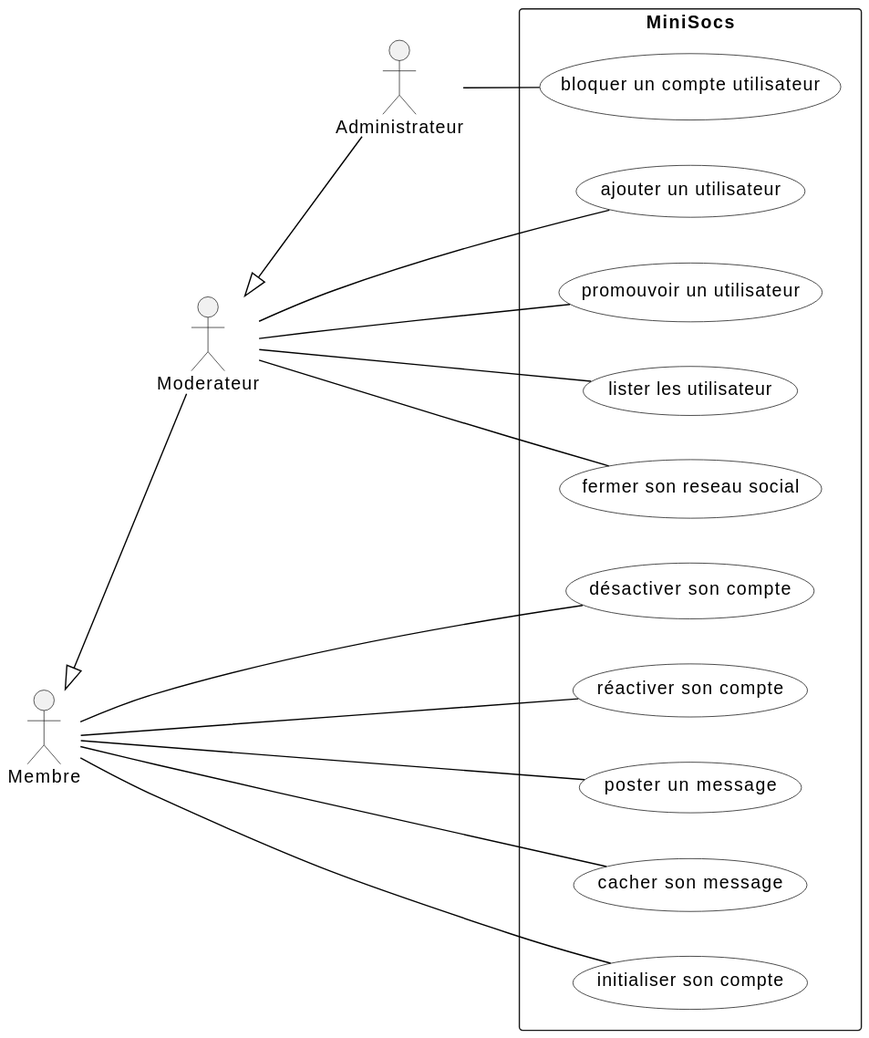
Above: Diagrammes/minisocs_uml_diag_cas_utilisation.svg in ThELud0/Minisocs (PlantUML), before the change.
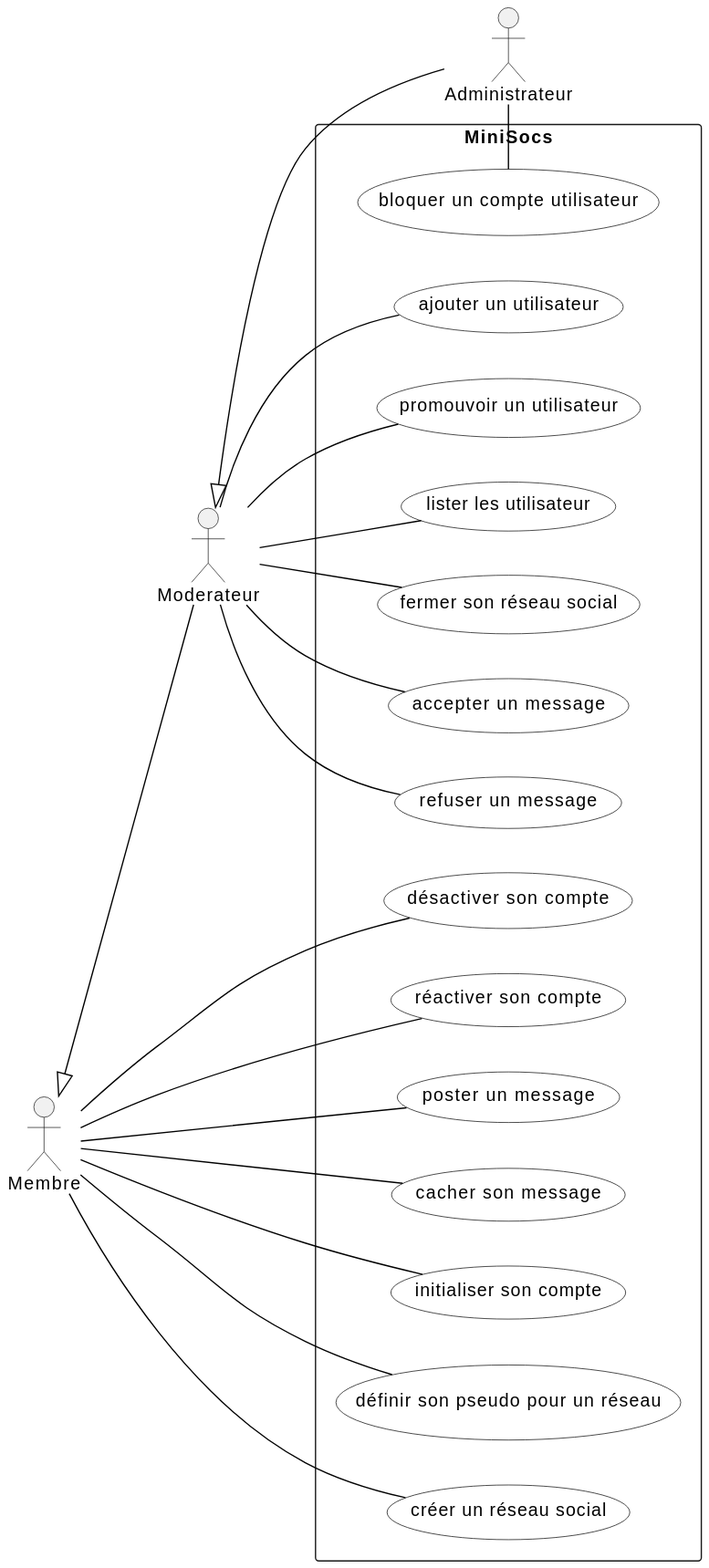
The same diagram one commit later.

Commit message:
ajout priorités dans les readme et diagrammes

Diff of the diagram source:
```diff
@@ -20,11 +20,15 @@
 :Moderateur: -- (ajouter un utilisateur)
 :Moderateur: -- (promouvoir un utilisateur)
 :Moderateur: -- (lister les utilisateur)
-:Moderateur: -- (fermer son reseau social)
+:Moderateur: -- (fermer son réseau social)
+:Moderateur: -- (accepter un message)
+:Moderateur: -- (refuser un message)
 :Membre:    -- (désactiver son compte)
 :Membre:    -- (réactiver son compte)
 :Membre:    -- (poster un message)
 :Membre:    -- (cacher son message)
 :Membre:    -- (initialiser son compte)
+:Membre:    -- (définir son pseudo pour un réseau)
+:Membre:    -- (créer un réseau social)
 }
 @enduml
```
